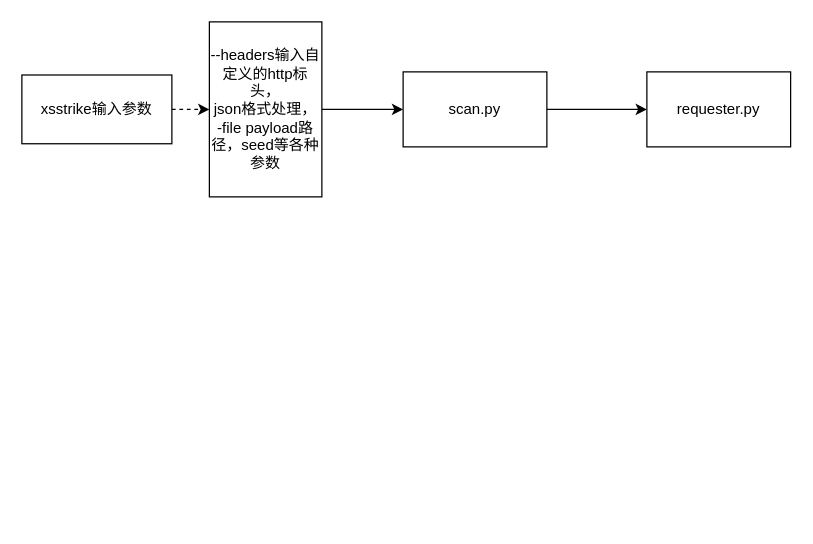
Above: page "第 1 页" (1 of 2) of xsstrike 反射xss流程.drawio in chenyk320/work (draw.io), before the change. Source tidied: cells renumbered, new cells numbered last; positions are measured from the earlier drawing's top-left corner, leaving out a move shared by most shapes. Both pictures are drawn from the tidied source at 125%, with x=0, y=0 at pixel (21, 21).
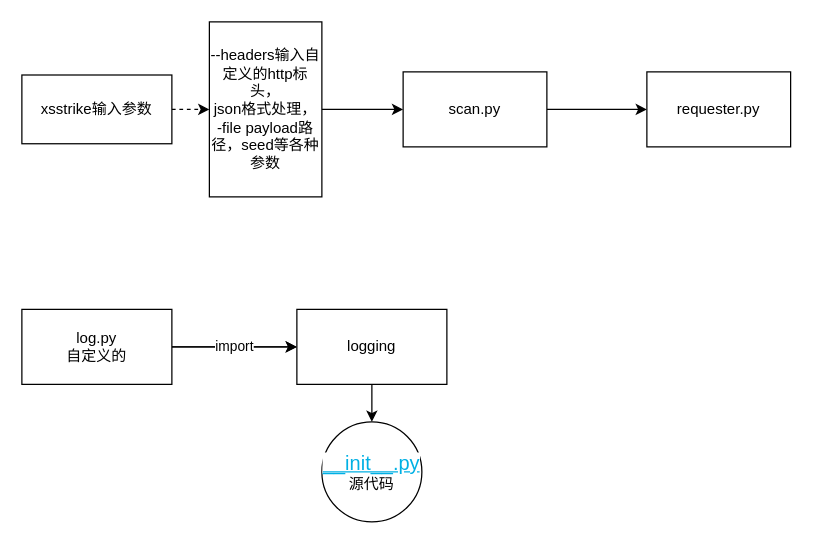
The same page after the edit.

Commit message:
更新xsstrike 反射xss流程.drawio

Diff of the diagram source:
```diff
@@
 <mxGraphModel>
   <root>
     <mxCell id="0" />
     <mxCell id="1" parent="0" />
     <mxCell id="2" style="rounded=0;jettySize=auto;html=1;elbow=vertical;dashed=1;" parent="1" edge="1" source="3" target="7">
       <mxGeometry relative="1" as="geometry" />
     </mxCell>
     <mxCell id="3" value="xsstrike输入参数" style="whiteSpace=wrap;html=1;rounded=0;" parent="1" vertex="1">
       <mxGeometry y="42.5" width="120" height="55" as="geometry" />
     </mxCell>
     <mxCell id="4" style="edgeStyle=none;rounded=0;orthogonalLoop=1;jettySize=auto;html=1;exitX=0.5;exitY=0;exitDx=0;exitDy=0;dashed=1;elbow=vertical;" parent="1" edge="1" source="3" target="3">
       <mxGeometry relative="1" as="geometry" />
     </mxCell>
     <mxCell id="5" style="edgeStyle=none;rounded=0;orthogonalLoop=1;jettySize=auto;html=1;exitX=0.5;exitY=1;exitDx=0;exitDy=0;dashed=1;elbow=vertical;" parent="1" edge="1" source="3" target="3">
       <mxGeometry relative="1" as="geometry" />
     </mxCell>
     <mxCell id="6" style="edgeStyle=none;rounded=0;jettySize=auto;html=1;elbow=vertical;" parent="1" edge="1" source="7" target="9">
       <mxGeometry relative="1" as="geometry" />
     </mxCell>
     <mxCell id="7" value="--headers输入自定义的http标头，&lt;br&gt;json格式处理，&lt;br&gt;-file payload路径，seed等各种参数" style="whiteSpace=wrap;html=1;rounded=0;labelPosition=center;verticalLabelPosition=middle;align=center;verticalAlign=middle;" parent="1" vertex="1">
       <mxGeometry x="150" width="90" height="140" as="geometry" />
     </mxCell>
     <mxCell id="8" style="edgeStyle=none;rounded=0;jettySize=auto;html=1;elbow=vertical;" parent="1" edge="1" source="9" target="10">
       <mxGeometry relative="1" as="geometry" />
     </mxCell>
     <mxCell id="9" value="scan.py" style="whiteSpace=wrap;html=1;rounded=0;" parent="1" vertex="1">
       <mxGeometry x="305" y="40" width="115" height="60" as="geometry" />
     </mxCell>
     <mxCell id="10" value="requester.py" style="whiteSpace=wrap;html=1;rounded=0;" parent="1" vertex="1">
       <mxGeometry x="500" y="40" width="115" height="60" as="geometry" />
     </mxCell>
+    <mxCell id="11" style="edgeStyle=orthogonalEdgeStyle;rounded=0;jettySize=auto;html=1;" parent="1" edge="1" source="13" target="15">
+      <mxGeometry relative="1" as="geometry" />
+    </mxCell>
+    <mxCell id="12" value="import" style="edgeStyle=orthogonalEdgeStyle;rounded=0;jettySize=auto;html=1;" parent="1" edge="1" source="13" target="15">
+      <mxGeometry relative="1" as="geometry" />
+    </mxCell>
+    <mxCell id="13" value="log.py&lt;br&gt;自定义的" style="rounded=0;whiteSpace=wrap;html=1;" parent="1" vertex="1">
+      <mxGeometry y="230" width="120" height="60" as="geometry" />
+    </mxCell>
+    <mxCell id="14" style="edgeStyle=orthogonalEdgeStyle;rounded=0;jettySize=auto;html=1;" parent="1" edge="1" source="15" target="16">
+      <mxGeometry relative="1" as="geometry" />
+    </mxCell>
+    <mxCell id="15" value="logging" style="whiteSpace=wrap;html=1;rounded=0;" parent="1" vertex="1">
+      <mxGeometry x="220" y="230" width="120" height="60" as="geometry" />
+    </mxCell>
+    <mxCell id="16" value="&lt;a style=&quot;color: rgb(0, 176, 228); font-family: &amp;quot;Lucida Grande&amp;quot;, Arial, sans-serif; font-size: 16px; text-align: left; background-color: rgb(255, 255, 255);&quot; href=&quot;https://github.com/python/cpython/tree/3.11/Lib/logging/__init__.py&quot; class=&quot;reference external&quot;&gt;__init__.py&lt;/a&gt;&lt;br&gt;源代码" style="ellipse;whiteSpace=wrap;html=1;rounded=0;" parent="1" vertex="1">
+      <mxGeometry x="240" y="320" width="80" height="80" as="geometry" />
+    </mxCell>
   </root>
 </mxGraphModel>
```
